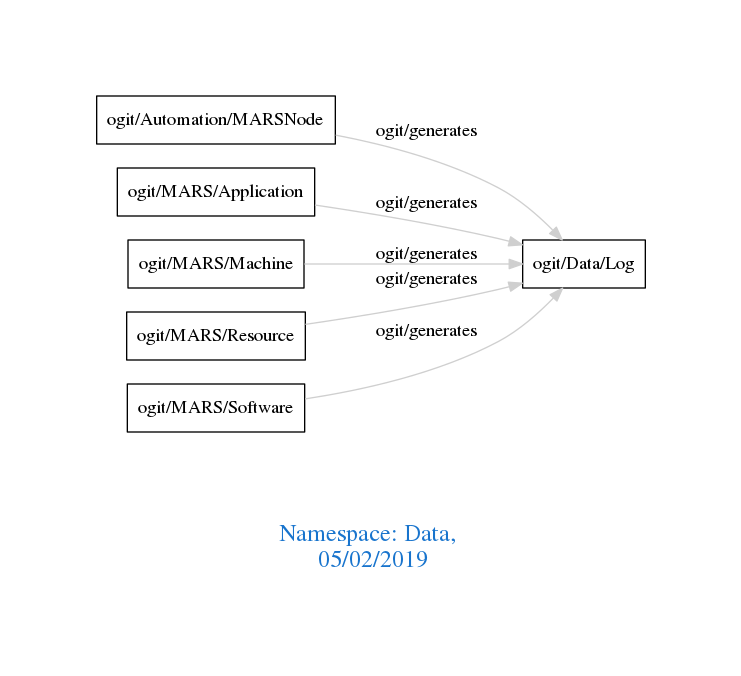
arago/OGIT keeps this Graphviz diagram as downloads/Data.png. Above is the earlier version. Its source is kept beside it as downloads/Data.dot.
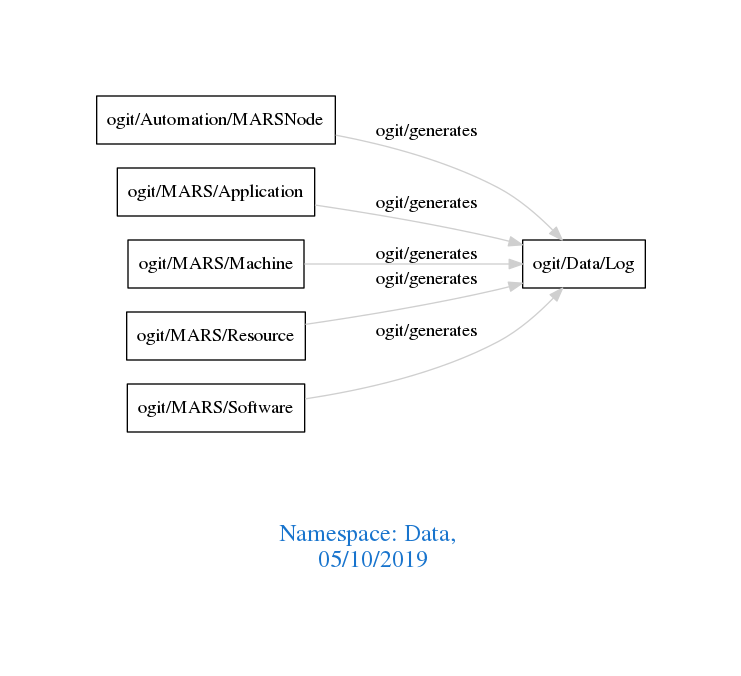
The same diagram one commit later.

Diff of the diagram source:
```diff
@@ -1,7 +1,7 @@
 digraph OGIT_ontology {
  graph [ rankdir= LR,pad=1
 fontsize = 18,
-fontcolor= dodgerblue3,label = "\n\n\nNamespace: Data, \n 05/02/2019"];
+fontcolor= dodgerblue3,label = "\n\n\nNamespace: Data, \n 05/10/2019"];
 node[shape=polygon];
 edge [  color="gray81"];
 
```
